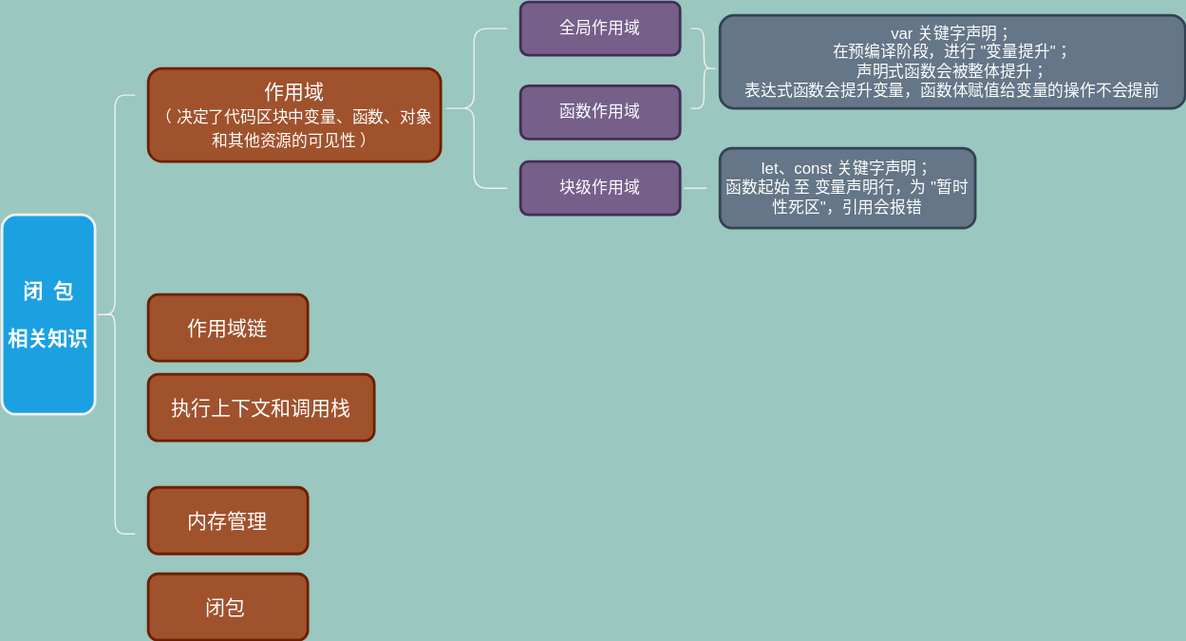
Before: 闭包.drawio.svg, a diagram exported from draw.io (arrayListTwo/draw). Source tidied: cells renumbered, new cells last; positions are measured from the earlier drawing's top-left corner, leaving out a move shared by most shapes.
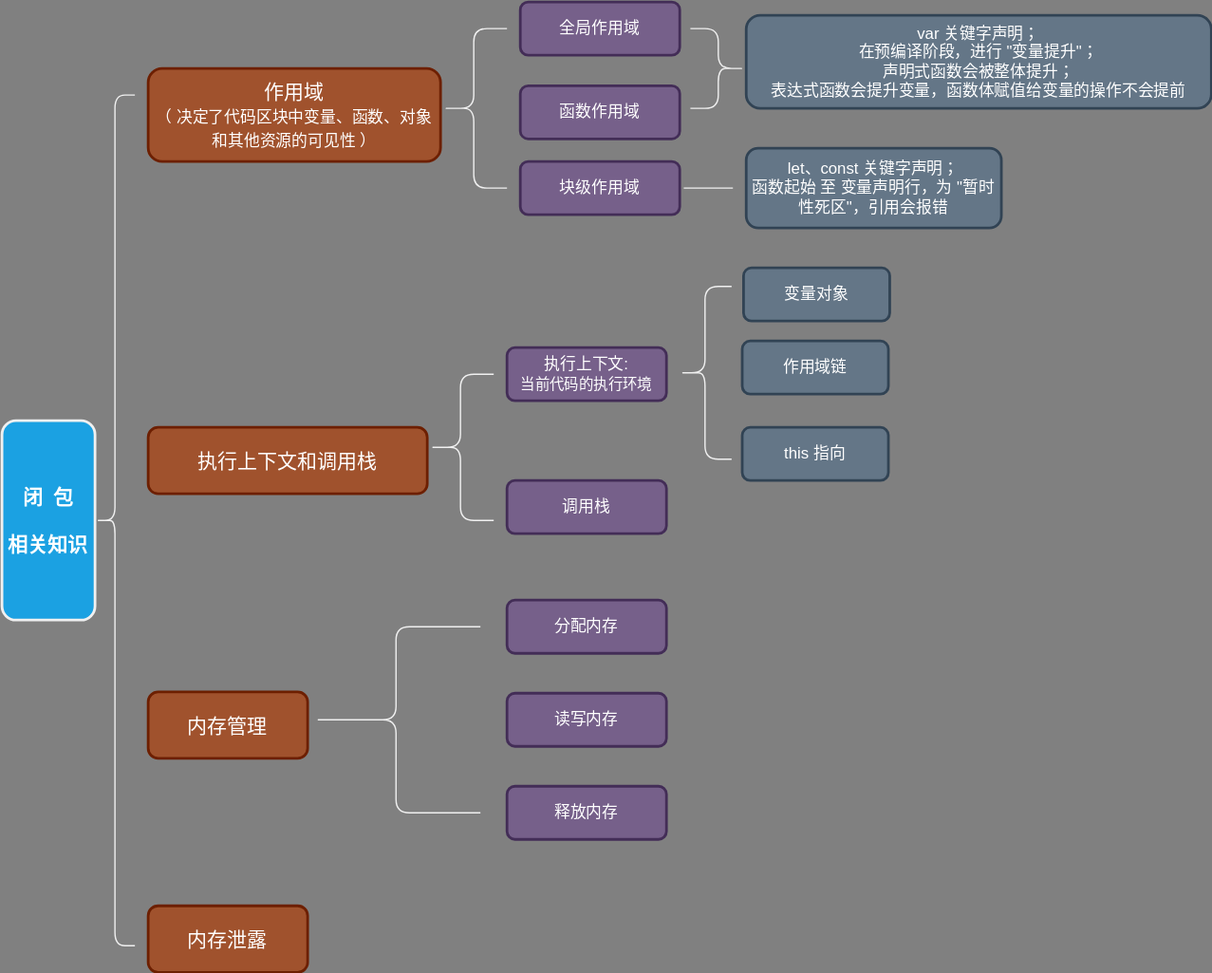
After the change.

Diff of the diagram source:
```diff
@@ -1,27 +1,21 @@
-<mxGraphModel background="#9AC7BF">
+<mxGraphModel background="#808080">
   <root>
     <mxCell id="0" />
     <mxCell id="1" parent="0" />
     <mxCell id="2" value="&lt;b&gt;&lt;font style=&quot;font-size: 15px;&quot; color=&quot;#ffffff&quot;&gt;闭&amp;nbsp; 包&lt;br&gt;&lt;br&gt;相关知识&lt;br&gt;&lt;/font&gt;&lt;/b&gt;" style="whiteSpace=wrap;html=1;strokeWidth=2;fillWeight=4;hachureGap=8;hachureAngle=45;fillColor=#1ba1e2;fillStyle=solid;rounded=1;" parent="1" vertex="1">
-      <mxGeometry y="160" width="70" height="150" as="geometry" />
+      <mxGeometry y="315" width="70" height="150" as="geometry" />
     </mxCell>
     <mxCell id="3" value="作用域&lt;br&gt;&lt;font style=&quot;font-size: 12px;&quot;&gt;（ 决定了代码区块中变量、函数、对象和其他资源的可见性 ）&lt;/font&gt;" style="whiteSpace=wrap;html=1;strokeWidth=2;fillWeight=4;hachureGap=8;hachureAngle=45;fillColor=#a0522d;fillStyle=solid;fontSize=15;fontColor=#ffffff;strokeColor=#6D1F00;rounded=1;" parent="1" vertex="1">
       <mxGeometry x="110" y="50" width="220" height="70" as="geometry" />
     </mxCell>
-    <mxCell id="4" value="作用域链" style="whiteSpace=wrap;html=1;strokeWidth=2;fillWeight=4;hachureGap=8;hachureAngle=45;fillColor=#a0522d;fillStyle=solid;fontSize=15;fontColor=#ffffff;strokeColor=#6D1F00;rounded=1;" parent="1" vertex="1">
-      <mxGeometry x="110" y="220" width="120" height="50" as="geometry" />
-    </mxCell>
     <mxCell id="5" value="执行上下文和调用栈" style="whiteSpace=wrap;html=1;strokeWidth=2;fillWeight=4;hachureGap=8;hachureAngle=45;fillColor=#a0522d;fillStyle=solid;fontSize=15;fontColor=#ffffff;strokeColor=#6D1F00;rounded=1;" parent="1" vertex="1">
-      <mxGeometry x="110" y="280" width="170" height="50" as="geometry" />
+      <mxGeometry x="110" y="320" width="210" height="50" as="geometry" />
     </mxCell>
     <mxCell id="6" value="内存管理" style="whiteSpace=wrap;html=1;strokeWidth=2;fillWeight=4;hachureGap=8;hachureAngle=45;fillColor=#a0522d;fillStyle=solid;fontSize=15;fontColor=#ffffff;strokeColor=#6D1F00;rounded=1;" parent="1" vertex="1">
-      <mxGeometry x="110" y="365" width="120" height="50" as="geometry" />
+      <mxGeometry x="110" y="519" width="120" height="50" as="geometry" />
     </mxCell>
-    <mxCell id="7" value="闭包&amp;nbsp;" style="whiteSpace=wrap;html=1;strokeWidth=2;fillWeight=4;hachureGap=8;hachureAngle=45;fillColor=#a0522d;fillStyle=solid;fontSize=15;fontColor=#ffffff;strokeColor=#6D1F00;rounded=1;" parent="1" vertex="1">
-      <mxGeometry x="110" y="430" width="120" height="50" as="geometry" />
-    </mxCell>
     <mxCell id="8" style="shape=curlyBracket;whiteSpace=wrap;html=1;fillStyle=solid;fontSize=15;fontColor=#FFFFFF;gradientColor=none;rounded=1;" parent="1" vertex="1">
-      <mxGeometry x="70" y="70" width="30" height="330" as="geometry" />
+      <mxGeometry x="70" y="70" width="30" height="640" as="geometry" />
     </mxCell>
     <mxCell id="9" value="全局作用域" style="whiteSpace=wrap;html=1;strokeWidth=2;fillWeight=4;hachureGap=8;hachureAngle=45;fillColor=#76608a;fillStyle=solid;fontSize=12;fontColor=#ffffff;strokeColor=#432D57;rounded=1;" parent="1" vertex="1">
       <mxGeometry x="390" width="120" height="40" as="geometry" />
@@ -36,16 +30,52 @@
       <mxGeometry x="330" y="20" width="50" height="120" as="geometry" />
     </mxCell>
     <mxCell id="13" value="let、const 关键字声明；&lt;br&gt;函数起始 至 变量声明行，为 &quot;暂时性死区&quot;，引用会报错" style="whiteSpace=wrap;html=1;strokeWidth=2;fillWeight=4;hachureGap=8;hachureAngle=45;fillColor=#647687;fillStyle=solid;fontSize=12;fontColor=#ffffff;strokeColor=#314354;rounded=1;" parent="1" vertex="1">
-      <mxGeometry x="540" y="110" width="192" height="60" as="geometry" />
+      <mxGeometry x="560" y="110" width="192" height="60" as="geometry" />
     </mxCell>
     <mxCell id="14" value="var 关键字声明；&lt;br&gt;在预编译阶段，进行 &quot;变量提升&quot;；&lt;br&gt;声明式函数会被整体提升；&lt;br&gt;表达式函数会提升变量，函数体赋值给变量的操作不会提前" style="whiteSpace=wrap;html=1;strokeWidth=2;fillWeight=4;hachureGap=8;hachureAngle=45;fillColor=#647687;fillStyle=solid;fontSize=12;fontColor=#ffffff;strokeColor=#314354;rounded=1;" parent="1" vertex="1">
-      <mxGeometry x="540" y="10" width="350" height="70" as="geometry" />
+      <mxGeometry x="560" y="10" width="350" height="70" as="geometry" />
     </mxCell>
     <mxCell id="15" style="shape=curlyBracket;whiteSpace=wrap;html=1;flipH=1;fillStyle=solid;fontSize=12;fontColor=#FFFFFF;fillColor=#A5674A;gradientColor=none;rounded=1;" parent="1" vertex="1">
-      <mxGeometry x="518" y="20" width="20" height="60" as="geometry" />
+      <mxGeometry x="518" y="20" width="42" height="60" as="geometry" />
     </mxCell>
     <mxCell id="16" style="line;strokeWidth=1;html=1;perimeter=backbonePerimeter;fillStyle=solid;fontSize=12;fontColor=#FFFFFF;fillColor=#A5674A;gradientColor=none;rounded=1;" parent="1" vertex="1">
-      <mxGeometry x="513" y="135" width="17" height="10" as="geometry" />
+      <mxGeometry x="513" y="135" width="37" height="10" as="geometry" />
     </mxCell>
+    <mxCell id="17" value="执行上下文:&lt;br&gt;&lt;font style=&quot;font-size: 11px;&quot;&gt;当前代码的执行环境&lt;/font&gt;" style="whiteSpace=wrap;html=1;strokeWidth=2;fillWeight=4;hachureGap=8;hachureAngle=45;fillColor=#76608a;fillStyle=solid;fontSize=12;fontColor=#ffffff;strokeColor=#432D57;rounded=1;" parent="1" vertex="1">
+      <mxGeometry x="380" y="260" width="120" height="40" as="geometry" />
+    </mxCell>
+    <mxCell id="18" value="调用栈" style="whiteSpace=wrap;html=1;strokeWidth=2;fillWeight=4;hachureGap=8;hachureAngle=45;fillColor=#76608a;fillStyle=solid;fontSize=12;fontColor=#ffffff;strokeColor=#432D57;rounded=1;" parent="1" vertex="1">
+      <mxGeometry x="380" y="360" width="120" height="40" as="geometry" />
+    </mxCell>
+    <mxCell id="19" value="变量对象" style="whiteSpace=wrap;html=1;strokeWidth=2;fillWeight=4;hachureGap=8;hachureAngle=45;fillColor=#647687;fillStyle=solid;fontSize=12;fontColor=#ffffff;strokeColor=#314354;rounded=1;" parent="1" vertex="1">
+      <mxGeometry x="558" y="200" width="110" height="40" as="geometry" />
+    </mxCell>
+    <mxCell id="20" value="作用域链&lt;span style=&quot;color: rgba(0, 0, 0, 0); font-family: monospace; font-size: 0px; text-align: start;&quot;&gt;%3CmxGraphModel%3E%3Croot%3E%3CmxCell%20id%3D%220%22%2F%3E%3CmxCell%20id%3D%221%22%20parent%3D%220%22%2F%3E%3CmxCell%20id%3D%222%22%20value%3D%22%E5%8F%98%E9%87%8F%E5%AF%B9%E8%B1%A1%22%20style%3D%22whiteSpace%3Dwrap%3Bhtml%3D1%3BstrokeWidth%3D2%3BfillWeight%3D4%3BhachureGap%3D8%3BhachureAngle%3D45%3BfillColor%3D%23647687%3BfillStyle%3Dsolid%3BfontSize%3D12%3BfontColor%3D%23ffffff%3BstrokeColor%3D%23314354%3Brounded%3D1%3B%22%20vertex%3D%221%22%20parent%3D%221%22%3E%3CmxGeometry%20x%3D%22570%22%20y%3D%22420%22%20width%3D%22110%22%20height%3D%2240%22%20as%3D%22geometry%22%2F%3E%3C%2FmxCell%3E%3C%2Froot%3E%3C%2FmxGraphModel%3E&lt;/span&gt;" style="whiteSpace=wrap;html=1;strokeWidth=2;fillWeight=4;hachureGap=8;hachureAngle=45;fillColor=#647687;fillStyle=solid;fontSize=12;fontColor=#ffffff;strokeColor=#314354;rounded=1;" parent="1" vertex="1">
+      <mxGeometry x="557" y="255" width="110" height="40" as="geometry" />
+    </mxCell>
+    <mxCell id="21" value="this 指向" style="whiteSpace=wrap;html=1;strokeWidth=2;fillWeight=4;hachureGap=8;hachureAngle=45;fillColor=#647687;fillStyle=solid;fontSize=12;fontColor=#ffffff;strokeColor=#314354;rounded=1;" parent="1" vertex="1">
+      <mxGeometry x="557" y="320" width="110" height="40" as="geometry" />
+    </mxCell>
+    <mxCell id="22" style="shape=curlyBracket;whiteSpace=wrap;html=1;fillStyle=solid;fontSize=12;fontColor=#FFFFFF;fillColor=#A5674A;gradientColor=none;rounded=1;" parent="1" vertex="1">
+      <mxGeometry x="509" y="214" width="40" height="130" as="geometry" />
+    </mxCell>
+    <mxCell id="23" style="shape=curlyBracket;whiteSpace=wrap;html=1;fillStyle=solid;fontSize=12;fontColor=#FFFFFF;fillColor=#A5674A;gradientColor=none;rounded=1;" parent="1" vertex="1">
+      <mxGeometry x="320" y="280" width="50" height="110" as="geometry" />
+    </mxCell>
+    <mxCell id="24" value="分配内存" style="whiteSpace=wrap;html=1;strokeWidth=2;fillWeight=4;hachureGap=8;hachureAngle=45;fillColor=#76608a;fillStyle=solid;fontSize=12;fontColor=#ffffff;strokeColor=#432D57;rounded=1;" parent="1" vertex="1">
+      <mxGeometry x="380" y="450" width="120" height="40" as="geometry" />
+    </mxCell>
+    <mxCell id="25" value="读写内存" style="whiteSpace=wrap;html=1;strokeWidth=2;fillWeight=4;hachureGap=8;hachureAngle=45;fillColor=#76608a;fillStyle=solid;fontSize=12;fontColor=#ffffff;strokeColor=#432D57;rounded=1;" parent="1" vertex="1">
+      <mxGeometry x="380" y="520" width="120" height="40" as="geometry" />
+    </mxCell>
+    <mxCell id="26" value="释放内存" style="whiteSpace=wrap;html=1;strokeWidth=2;fillWeight=4;hachureGap=8;hachureAngle=45;fillColor=#76608a;fillStyle=solid;fontSize=12;fontColor=#ffffff;strokeColor=#432D57;rounded=1;" parent="1" vertex="1">
+      <mxGeometry x="380" y="590" width="120" height="40" as="geometry" />
+    </mxCell>
+    <mxCell id="27" style="shape=curlyBracket;whiteSpace=wrap;html=1;fillStyle=solid;fontSize=12;fontColor=#FFFFFF;fillColor=#A5674A;gradientColor=none;rounded=1;" parent="1" vertex="1">
+      <mxGeometry x="233" y="470" width="127" height="140" as="geometry" />
+    </mxCell>
+    <mxCell id="28" value="内存泄露" style="whiteSpace=wrap;html=1;strokeWidth=2;fillWeight=4;hachureGap=8;hachureAngle=45;fillColor=#a0522d;fillStyle=solid;fontSize=15;fontColor=#ffffff;strokeColor=#6D1F00;rounded=1;" parent="1" vertex="1">
+      <mxGeometry x="110" y="680" width="120" height="50" as="geometry" />
+    </mxCell>
   </root>
 </mxGraphModel>
```
